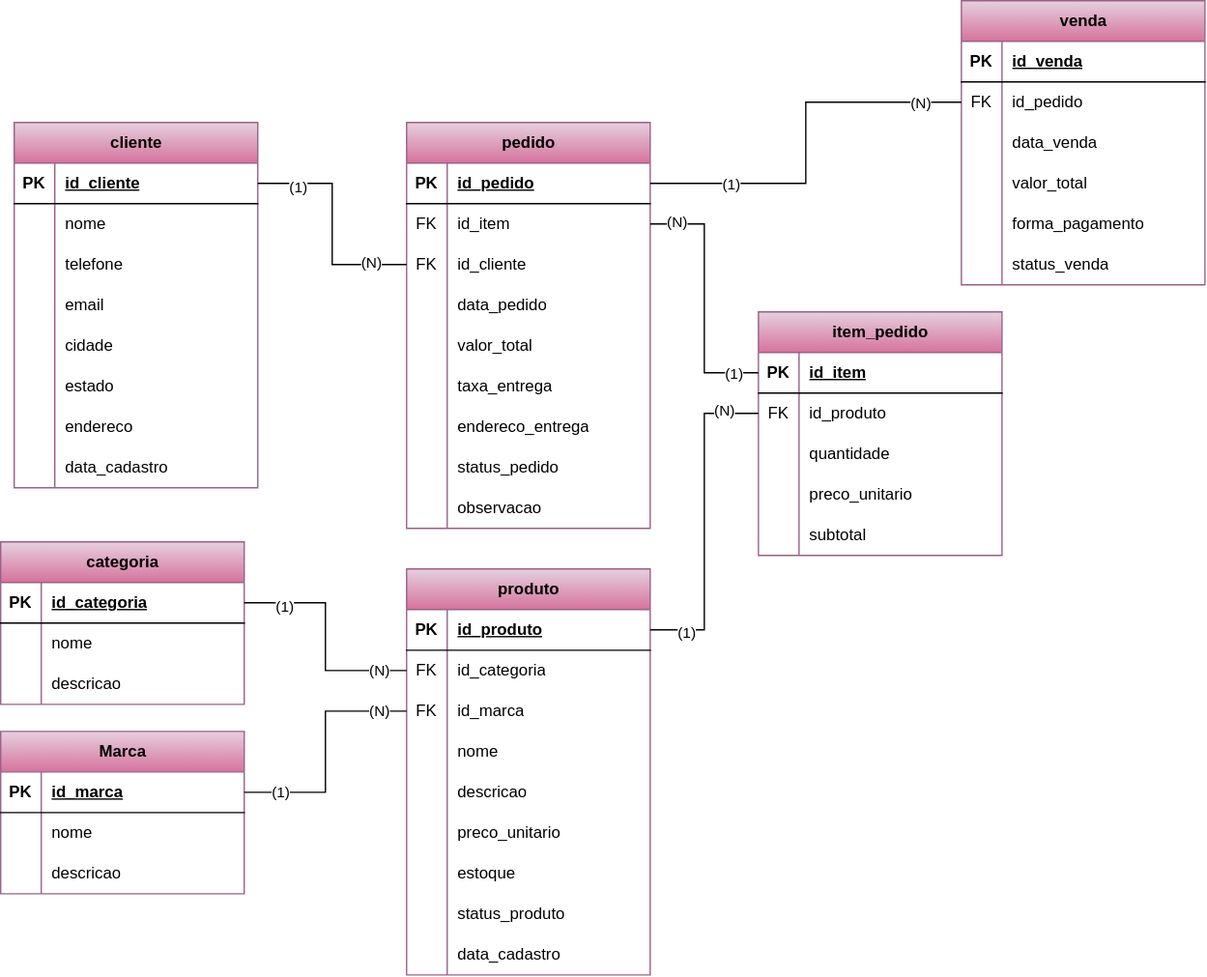
Above: fantasy_catstest.svg in camilapatrussi/fantasycats (draw.io), before the change. Source tidied: cells renumbered, new cells last; positions are measured from the earlier drawing's top-left corner, leaving out a move shared by most shapes.
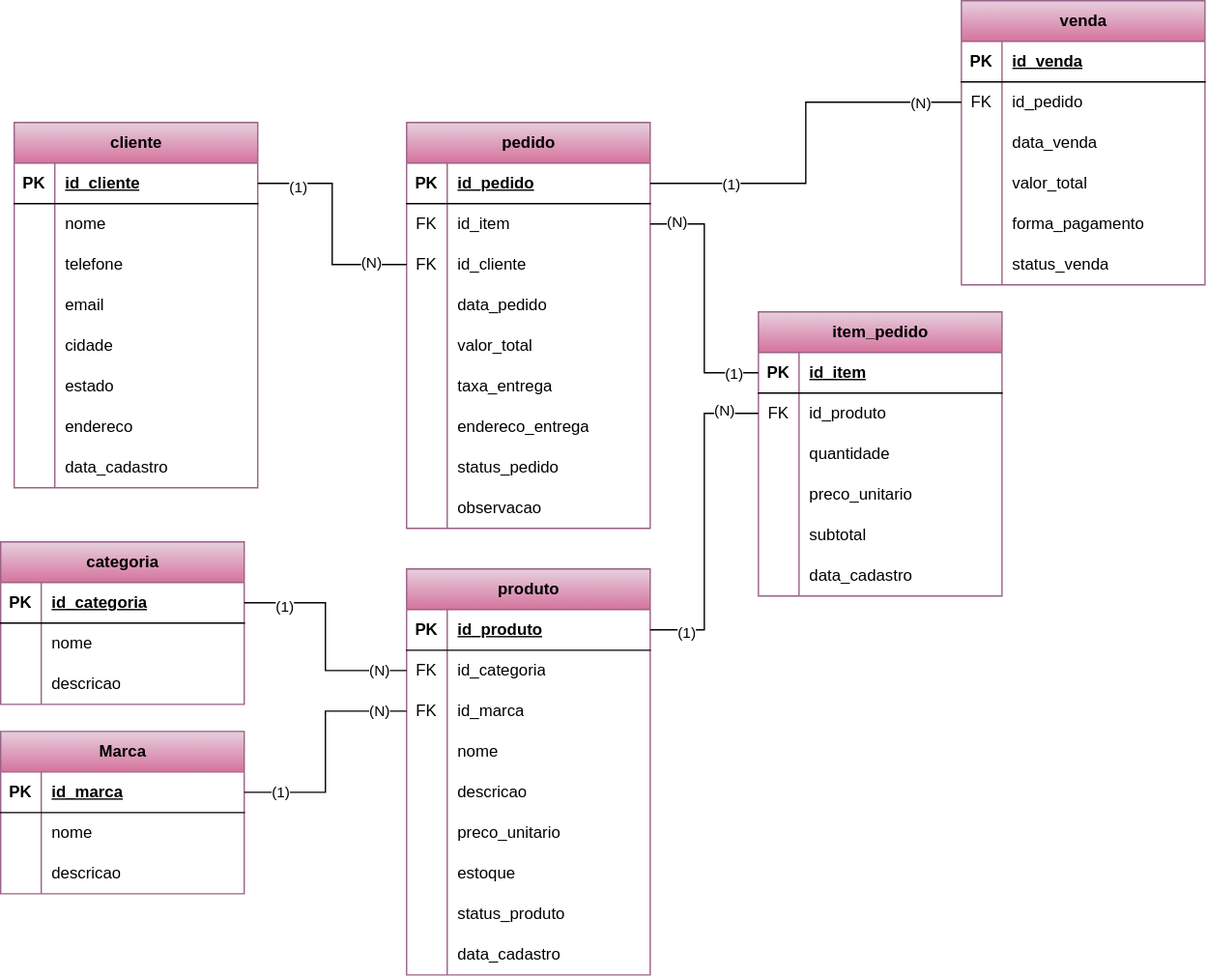
Above is the later version.

Diff of the diagram source:
```diff
@@ -363,7 +363,7 @@
       <mxGeometry x="30" width="150" height="30" as="geometry" />
     </mxCell>
     <mxCell id="122" value="item_pedido" style="shape=table;startSize=30;rowLines=0;fontStyle=1;align=center;html=1;fillColor=#e6d0de;gradientColor=#d5739d;strokeColor=#996185;" parent="1" vertex="1">
-      <mxGeometry x="560" y="230" width="180" height="180" as="geometry" />
+      <mxGeometry x="560" y="230" width="180" height="210" as="geometry" />
     </mxCell>
     <mxCell id="123" style="shape=tableRow;horizontal=0;startSize=0;swimlaneHead=0;swimlaneBody=0;fillColor=none;points=[[0,0.5],[1,0.5]];portConstraint=eastwest;top=0;left=0;right=0;bottom=1;" parent="122" vertex="1">
       <mxGeometry y="30" width="180" height="30" as="geometry" />
@@ -410,6 +410,15 @@
     <mxCell id="137" value="subtotal" style="shape=partialRectangle;fillColor=none;top=0;left=0;bottom=0;right=0;align=left;spacingLeft=6;overflow=hidden;whiteSpace=wrap;html=1;" parent="135" vertex="1">
       <mxGeometry x="30" width="150" height="30" as="geometry" />
     </mxCell>
+    <mxCell id="156" style="shape=tableRow;horizontal=0;startSize=0;swimlaneHead=0;swimlaneBody=0;fillColor=none;top=0;left=0;right=0;bottom=0;" parent="122" vertex="1">
+      <mxGeometry y="180" width="180" height="30" as="geometry" />
+    </mxCell>
+    <mxCell id="157" style="shape=partialRectangle;fillColor=none;top=0;left=0;bottom=0;right=0;overflow=hidden;whiteSpace=wrap;html=1;" parent="156" vertex="1">
+      <mxGeometry width="30" height="30" as="geometry" />
+    </mxCell>
+    <mxCell id="158" value="data_cadastro" style="shape=partialRectangle;fillColor=none;top=0;left=0;bottom=0;right=0;align=left;spacingLeft=6;overflow=hidden;whiteSpace=wrap;html=1;" parent="156" vertex="1">
+      <mxGeometry x="30" width="150" height="30" as="geometry" />
+    </mxCell>
     <mxCell id="138" style="edgeStyle=orthogonalEdgeStyle;rounded=0;jettySize=auto;html=1;exitX=1;exitY=0.5;exitDx=0;exitDy=0;defaultLabelBackgroundColor=page;endArrow=none;endFill=0;" parent="1" edge="1" source="95" target="31">
       <mxGeometry relative="1" as="geometry" />
     </mxCell>
```
